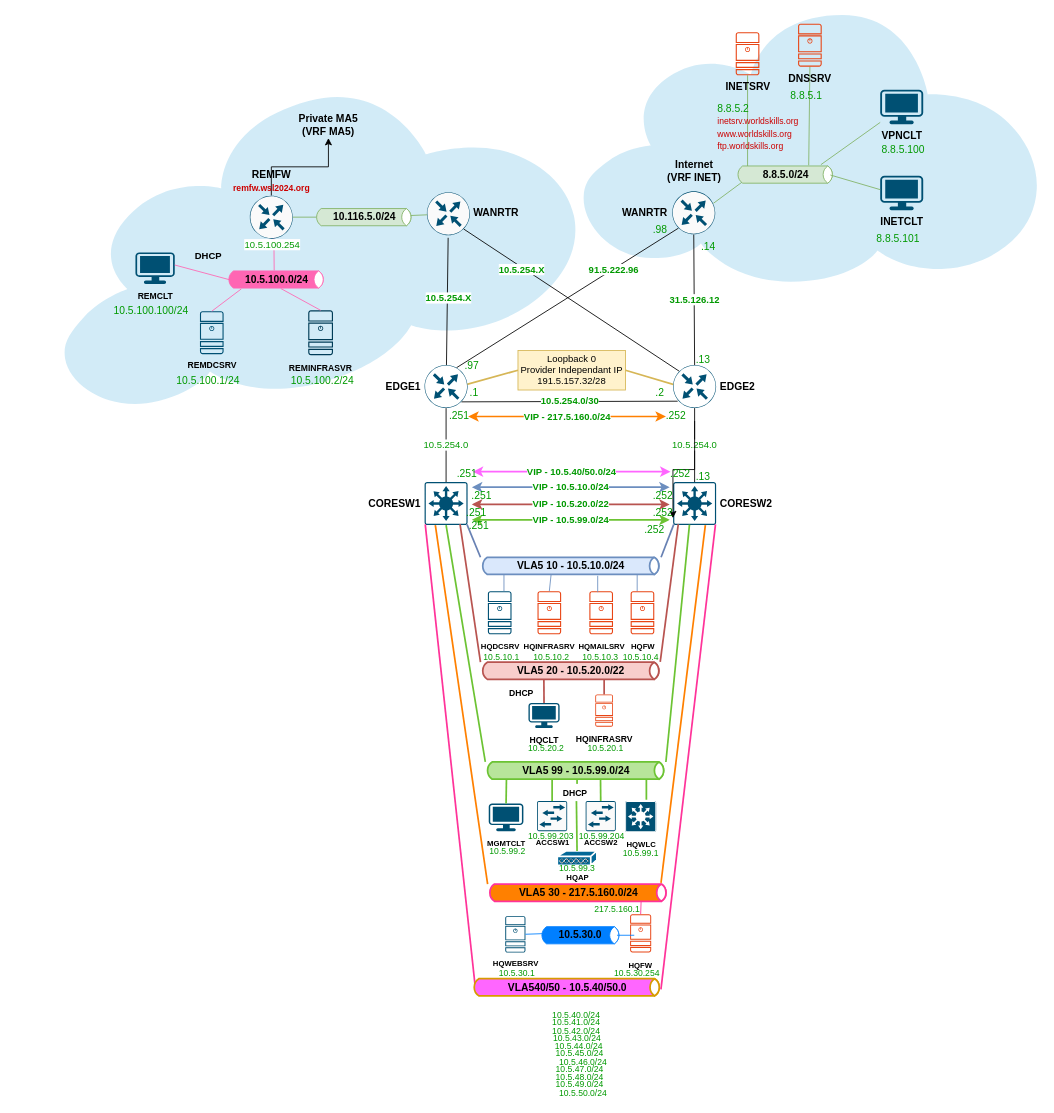
Before: page "Logical - Layer 3 - Etudiants" (2 of 6) of SAE501-2024-étudiants.drawio in Nayrekk/SAE501, a draw.io diagram. Source tidied: cells renumbered, new cells numbered last; positions are measured from the earlier drawing's top-left corner, leaving out a move shared by most shapes. Both pictures are drawn from the tidied source at 86%, with x=0, y=0 at pixel (40, 15).
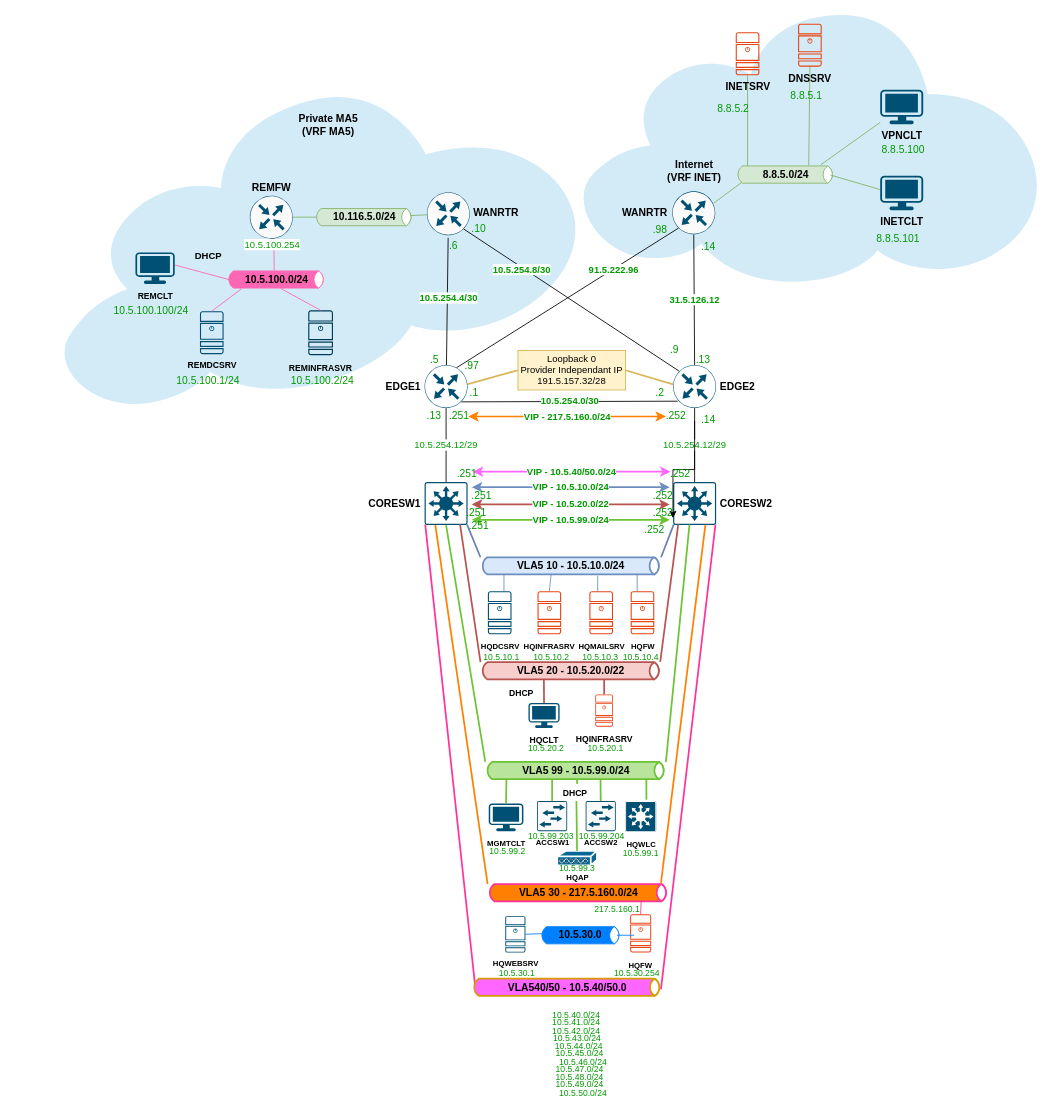
Above is the later version.

Unchanged cells that the change refers to:
```xml
<mxCell id="7" value="CORESW1" style="points=[[0.015,0.015,0],[0.985,0.015,0],[0.985,0.985,0],[0.015,0.985,0],[0.25,0,0],[0.5,0,0],[0.75,0,0],[1,0.25,0],[1,0.5,0],[1,0.75,0],[0.75,1,0],[0.5,1,0],[0.25,1,0],[0,0.75,0],[0,0.5,0],[0,0.25,0]];verticalLabelPosition=middle;html=1;verticalAlign=middle;align=right;shape=mxgraph.cisco19.rect;prIcon=l3_switch;strokeColor=#005073;labelPosition=left;fontStyle=1;spacingRight=3;" parent="1" vertex="1">
  <mxGeometry x="446.2" y="543" width="50" height="50" as="geometry" />
</mxCell>
<mxCell id="8" value="CORESW2" style="points=[[0.015,0.015,0],[0.985,0.015,0],[0.985,0.985,0],[0.015,0.985,0],[0.25,0,0],[0.5,0,0],[0.75,0,0],[1,0.25,0],[1,0.5,0],[1,0.75,0],[0.75,1,0],[0.5,1,0],[0.25,1,0],[0,0.75,0],[0,0.5,0],[0,0.25,0]];verticalLabelPosition=middle;html=1;verticalAlign=middle;align=left;shape=mxgraph.cisco19.rect;prIcon=l3_switch;strokeColor=#005073;labelPosition=right;fontStyle=1;spacingLeft=3;" parent="1" vertex="1">
  <mxGeometry x="735.2" y="543" width="50" height="50" as="geometry" />
</mxCell>
<mxCell id="34" style="points=[[0.5,0,0],[1,0.5,0],[0.5,1,0],[0,0.5,0],[0.145,0.145,0],[0.8555,0.145,0],[0.855,0.8555,0],[0.145,0.855,0]];verticalLabelPosition=bottom;html=1;verticalAlign=top;align=center;shape=mxgraph.cisco19.rect;prIcon=router;fillColor=#FAFAFA;strokeColor=#005073;fontStyle=1;" parent="1" vertex="1">
  <mxGeometry x="448.9" y="206" width="50" height="50" as="geometry" />
</mxCell>
<mxCell id="39" value="&lt;b&gt;Private MA5&lt;br&gt;(VRF MA5)&lt;/b&gt;" style="text;html=1;strokeColor=none;fillColor=none;align=center;verticalAlign=middle;whiteSpace=wrap;rounded=0;" parent="1" vertex="1">
  <mxGeometry x="266" y="113" width="136.7" height="30" as="geometry" />
</mxCell>
<mxCell id="83" value="EDGE1" style="points=[[0.5,0,0],[1,0.5,0],[0.5,1,0],[0,0.5,0],[0.145,0.145,0],[0.8555,0.145,0],[0.855,0.8555,0],[0.145,0.855,0]];verticalLabelPosition=middle;html=1;verticalAlign=middle;align=right;shape=mxgraph.cisco19.rect;prIcon=router;strokeColor=#005073;labelPosition=left;fontStyle=1;spacingRight=3;" parent="1" vertex="1">
  <mxGeometry x="446.2" y="407" width="50" height="50" as="geometry" />
</mxCell>
<mxCell id="84" value="EDGE2" style="points=[[0.5,0,0],[1,0.5,0],[0.5,1,0],[0,0.5,0],[0.145,0.145,0],[0.8555,0.145,0],[0.855,0.8555,0],[0.145,0.855,0]];verticalLabelPosition=middle;html=1;verticalAlign=middle;align=left;shape=mxgraph.cisco19.rect;prIcon=router;strokeColor=#005073;labelPosition=right;fontStyle=1;spacingLeft=3;" parent="1" vertex="1">
  <mxGeometry x="735.2" y="407" width="50" height="50" as="geometry" />
</mxCell>
```

Change to the diagram source:
```diff
@@
-    <mxCell id="5" value="10.5.254.0" style="edgeStyle=none;rounded=0;jettySize=auto;html=1;exitX=0.5;exitY=1;exitDx=0;exitDy=0;exitPerimeter=0;entryX=0.5;entryY=0;entryDx=0;entryDy=0;entryPerimeter=0;endArrow=none;endFill=0;strokeWidth=1;fontSize=11;fontColor=#009900;" parent="1" edge="1" source="83" target="7">
+    <mxCell id="5" value="10.5.254.12/29" style="edgeStyle=none;rounded=0;jettySize=auto;html=1;exitX=0.5;exitY=1;exitDx=0;exitDy=0;exitPerimeter=0;entryX=0.5;entryY=0;entryDx=0;entryDy=0;entryPerimeter=0;endArrow=none;endFill=0;strokeWidth=1;fontSize=11;fontColor=#009900;" parent="1" edge="1" source="83" target="7">
       <mxGeometry relative="1" as="geometry" />
     </mxCell>
@@
-    <mxCell id="9" value="10.5.254.0" style="edgeStyle=none;rounded=0;jettySize=auto;html=1;exitX=0.5;exitY=1;exitDx=0;exitDy=0;exitPerimeter=0;entryX=0.5;entryY=0;entryDx=0;entryDy=0;entryPerimeter=0;endArrow=none;endFill=0;strokeWidth=1;fontSize=11;fontColor=#009900;" parent="1" edge="1" source="84" target="8">
+    <mxCell id="9" value="10.5.254.12/29" style="edgeStyle=none;rounded=0;jettySize=auto;html=1;exitX=0.5;exitY=1;exitDx=0;exitDy=0;exitPerimeter=0;entryX=0.5;entryY=0;entryDx=0;entryDy=0;entryPerimeter=0;endArrow=none;endFill=0;strokeWidth=1;fontSize=11;fontColor=#009900;" parent="1" edge="1" source="84" target="8">
       <mxGeometry relative="1" as="geometry" />
     </mxCell>
@@
-    <mxCell id="35" value="&lt;b&gt;10.5.254.X&lt;/b&gt;" style="edgeStyle=none;rounded=0;jettySize=auto;html=1;exitX=0.145;exitY=0.145;exitDx=0;exitDy=0;exitPerimeter=0;entryX=0.855;entryY=0.8555;entryDx=0;entryDy=0;entryPerimeter=0;endArrow=none;endFill=0;strokeWidth=1;fontSize=11;fontColor=#009900;" parent="1" edge="1" source="84" target="34">
+    <mxCell id="35" value="&lt;b&gt;10.5.254.8/30&lt;/b&gt;" style="edgeStyle=none;rounded=0;jettySize=auto;html=1;exitX=0.145;exitY=0.145;exitDx=0;exitDy=0;exitPerimeter=0;entryX=0.855;entryY=0.8555;entryDx=0;entryDy=0;entryPerimeter=0;endArrow=none;endFill=0;strokeWidth=1;fontSize=11;fontColor=#009900;" parent="1" edge="1" source="84" target="34">
       <mxGeometry x="0.45" y="2" relative="1" as="geometry" />
     </mxCell>
-    <mxCell id="36" value="&lt;b&gt;10.5.254.X&lt;/b&gt;" style="edgeStyle=none;rounded=0;orthogonalLoop=1;jettySize=auto;html=1;endArrow=none;endFill=0;strokeWidth=1;fontSize=11;fontColor=#009900;" parent="1" edge="1">
+    <mxCell id="36" value="&lt;b&gt;10.5.254.4/30&lt;/b&gt;" style="edgeStyle=none;rounded=0;orthogonalLoop=1;jettySize=auto;html=1;endArrow=none;endFill=0;strokeWidth=1;fontSize=11;fontColor=#009900;" parent="1" edge="1">
       <mxGeometry x="0.07" y="-1" relative="1" as="geometry">
         <mxPoint x="471.6" y="410" as="sourcePoint" />
         <mxPoint x="473.6" y="259" as="targetPoint" />
       </mxGeometry>
     </mxCell>
@@
-    <mxCell id="47" style="edgeStyle=orthogonalEdgeStyle;rounded=0;jettySize=auto;html=1;" parent="1" edge="1" source="48" target="39">
-      <mxGeometry relative="1" as="geometry" />
-    </mxCell>
-    <mxCell id="48" value="&lt;div&gt;REMFW&lt;/div&gt;&lt;div&gt;&lt;div&gt;&lt;font color=&quot;#cc0000&quot; style=&quot;font-size: 10px;&quot;&gt;remfw.wsl2024.org&lt;/font&gt;&lt;/div&gt;&lt;/div&gt;" style="points=[[0.5,0,0],[1,0.5,0],[0.5,1,0],[0,0.5,0],[0.145,0.145,0],[0.8555,0.145,0],[0.855,0.8555,0],[0.145,0.855,0]];verticalLabelPosition=top;html=1;verticalAlign=bottom;align=center;shape=mxgraph.cisco19.rect;prIcon=router;fillColor=#FAFAFA;strokeColor=#005073;fontStyle=1;labelPosition=center;" parent="1" vertex="1">
+    <mxCell id="48" value="&lt;div&gt;REMFW&lt;/div&gt;" style="points=[[0.5,0,0],[1,0.5,0],[0.5,1,0],[0,0.5,0],[0.145,0.145,0],[0.8555,0.145,0],[0.855,0.8555,0],[0.145,0.855,0]];verticalLabelPosition=top;html=1;verticalAlign=bottom;align=center;shape=mxgraph.cisco19.rect;prIcon=router;fillColor=#FAFAFA;strokeColor=#005073;fontStyle=1;labelPosition=center;" parent="1" vertex="1">
       <mxGeometry x="243" y="210" width="50" height="50" as="geometry" />
     </mxCell>
@@
-    <mxCell id="104" value="&lt;div&gt;&lt;font color=&quot;#009900&quot;&gt;8.8.5.2&lt;/font&gt;&lt;br&gt;&lt;/div&gt;&lt;div&gt;&lt;font style=&quot;font-size: 10px;&quot; color=&quot;#cc0000&quot;&gt;inetsrv.worldskills.org&lt;br&gt;&lt;/font&gt;&lt;font style=&quot;&quot; color=&quot;#cc0000&quot;&gt;&lt;span style=&quot;font-size: 10px;&quot;&gt;www.worldskills.org&lt;/span&gt;&lt;/font&gt;&lt;/div&gt;&lt;div&gt;&lt;span style=&quot;background-color: initial;&quot;&gt;&lt;font style=&quot;font-size: 10px;&quot; color=&quot;#cc0000&quot;&gt;ftp.worldskills.org&lt;/font&gt;&lt;/span&gt;&lt;span style=&quot;background-color: initial;&quot;&gt;&lt;/span&gt;&lt;/div&gt;" style="text;whiteSpace=wrap;html=1;" parent="1" vertex="1">
+    <mxCell id="104" value="&lt;div&gt;&lt;font color=&quot;#009900&quot;&gt;8.8.5.2&lt;/font&gt;&lt;/div&gt;" style="text;whiteSpace=wrap;html=1;" parent="1" vertex="1">
       <mxGeometry x="785.2" y="95" width="130" height="80" as="geometry" />
     </mxCell>
@@
-    <mxCell id="112" value="&lt;font color=&quot;#009900&quot;&gt;.13&lt;/font&gt;" style="text;whiteSpace=wrap;html=1;" parent="1" vertex="1">
-      <mxGeometry x="760" y="523" width="70" height="20" as="geometry" />
-    </mxCell>
@@
+    <mxCell id="151" value="&lt;font color=&quot;#009900&quot;&gt;.6&lt;/font&gt;" style="text;whiteSpace=wrap;html=1;" parent="1" vertex="1">
+      <mxGeometry x="473.2" y="255" width="70" height="20" as="geometry" />
+    </mxCell>
+    <mxCell id="152" value="&lt;font color=&quot;#009900&quot;&gt;.5&lt;/font&gt;" style="text;whiteSpace=wrap;html=1;" parent="1" vertex="1">
+      <mxGeometry x="450.8" y="387" width="70" height="20" as="geometry" />
+    </mxCell>
+    <mxCell id="153" value="&lt;font color=&quot;#009900&quot;&gt;.10&lt;/font&gt;" style="text;whiteSpace=wrap;html=1;" parent="1" vertex="1">
+      <mxGeometry x="498.9" y="235" width="70" height="20" as="geometry" />
+    </mxCell>
+    <mxCell id="154" value="&lt;font color=&quot;#009900&quot;&gt;.9&lt;/font&gt;" style="text;whiteSpace=wrap;html=1;" parent="1" vertex="1">
+      <mxGeometry x="730" y="375.6" width="70" height="20" as="geometry" />
+    </mxCell>
+    <mxCell id="112" value="&lt;font color=&quot;#009900&quot;&gt;.13&lt;/font&gt;" style="text;whiteSpace=wrap;html=1;" parent="1" vertex="1">
+      <mxGeometry x="446.8" y="452" width="70" height="20" as="geometry" />
+    </mxCell>
+    <mxCell id="155" value="&lt;font color=&quot;#009900&quot;&gt;.14&lt;/font&gt;" style="text;whiteSpace=wrap;html=1;" parent="1" vertex="1">
+      <mxGeometry x="765.5" y="457" width="70" height="20" as="geometry" />
+    </mxCell>
```
